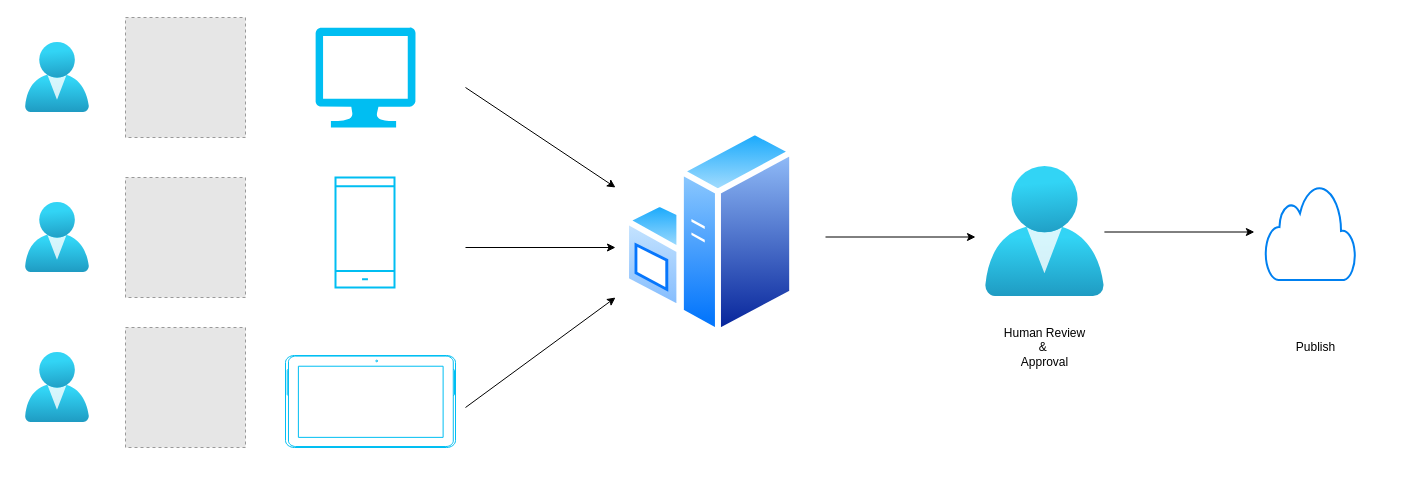
Earlier version of the draw.io diagram page "Page-1" (1 of 2) of factchecker.drawio (kakans/contract). Source tidied: cells renumbered, new cells numbered last; positions are measured from the earlier drawing's top-left corner, leaving out a move shared by most shapes. Both pictures are drawn from the tidied source at 100%, with x=0, y=0 at pixel (25, 17). Pictures stored in the file or linked from it are replaced by grey dashed boxes.
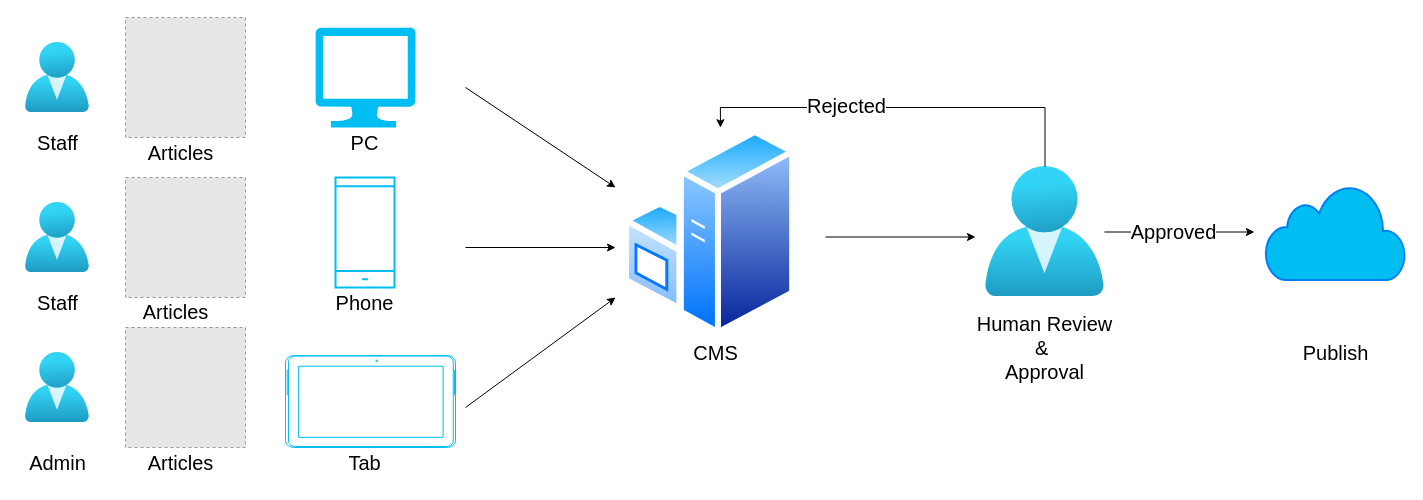
The same diagram, later.

Change to the diagram source:
```diff
@@
-    <mxCell id="2" style="fillColor=#E6E6E6;strokeColor=#999999;dashed=1;html=1;verticalAlign=top;verticalLabelPosition=bottom;labelBackgroundColor=#ffffff;" parent="1" vertex="1">
+    <mxCell id="2" style="fillColor=#E6E6E6;strokeColor=#999999;dashed=1;html=1;verticalAlign=top;verticalLabelPosition=bottom;labelBackgroundColor=#ffffff;fontSize=20;" parent="1" vertex="1">
       <mxGeometry x="100" width="120" height="120" as="geometry" />
     </mxCell>
-    <mxCell id="3" style="image;html=1;align=center;fontSize=12;image=img/lib/azure2/identity/Users.svg;" parent="1" vertex="1">
+    <mxCell id="3" style="image;html=1;align=center;fontSize=20;image=img/lib/azure2/identity/Users.svg;imageBackground=none;imageBorder=none;shadow=0;" parent="1" vertex="1">
       <mxGeometry y="25" width="64" height="70" as="geometry" />
     </mxCell>
-    <mxCell id="4" style="fillColor=#E6E6E6;strokeColor=#999999;dashed=1;html=1;verticalAlign=top;verticalLabelPosition=bottom;labelBackgroundColor=#ffffff;" parent="1" vertex="1">
+    <mxCell id="4" style="fillColor=#E6E6E6;strokeColor=#999999;dashed=1;html=1;verticalAlign=top;verticalLabelPosition=bottom;labelBackgroundColor=#ffffff;fontSize=20;" parent="1" vertex="1">
       <mxGeometry x="100" y="160" width="120" height="120" as="geometry" />
     </mxCell>
-    <mxCell id="5" style="image;html=1;align=center;fontSize=12;image=img/lib/azure2/identity/Users.svg;" parent="1" vertex="1">
+    <mxCell id="5" style="image;html=1;align=center;fontSize=20;image=img/lib/azure2/identity/Users.svg;" parent="1" vertex="1">
       <mxGeometry y="185" width="64" height="70" as="geometry" />
     </mxCell>
-    <mxCell id="6" style="fillColor=#E6E6E6;strokeColor=#999999;dashed=1;html=1;verticalAlign=top;verticalLabelPosition=bottom;labelBackgroundColor=#ffffff;" parent="1" vertex="1">
+    <mxCell id="6" style="fillColor=#E6E6E6;strokeColor=#999999;dashed=1;html=1;verticalAlign=top;verticalLabelPosition=bottom;labelBackgroundColor=#ffffff;fontSize=20;" parent="1" vertex="1">
       <mxGeometry x="100" y="310" width="120" height="120" as="geometry" />
     </mxCell>
-    <mxCell id="7" style="image;html=1;align=center;fontSize=12;image=img/lib/azure2/identity/Users.svg;" parent="1" vertex="1">
+    <mxCell id="7" style="image;html=1;align=center;fontSize=20;image=img/lib/azure2/identity/Users.svg;" parent="1" vertex="1">
       <mxGeometry y="335" width="64" height="70" as="geometry" />
     </mxCell>
-    <mxCell id="8" style="verticalLabelPosition=bottom;html=1;verticalAlign=top;align=center;strokeColor=none;fillColor=#00BEF2;shape=mxgraph.azure.computer;" parent="1" vertex="1">
+    <mxCell id="8" style="verticalLabelPosition=bottom;html=1;verticalAlign=top;align=center;strokeColor=none;fillColor=#00BEF2;shape=mxgraph.azure.computer;fontSize=20;" parent="1" vertex="1">
       <mxGeometry x="290" y="10" width="100" height="100" as="geometry" />
     </mxCell>
-    <mxCell id="9" style="html=1;verticalLabelPosition=bottom;align=center;labelBackgroundColor=#ffffff;verticalAlign=top;strokeWidth=2;strokeColor=#00BEF2;shadow=0;dashed=0;shape=mxgraph.ios7.icons.smartphone;" parent="1" vertex="1">
+    <mxCell id="9" style="html=1;verticalLabelPosition=bottom;align=center;labelBackgroundColor=#ffffff;verticalAlign=top;strokeWidth=2;strokeColor=#00BEF2;shadow=0;dashed=0;shape=mxgraph.ios7.icons.smartphone;fontSize=20;" parent="1" vertex="1">
       <mxGeometry x="310" y="160" width="59" height="110" as="geometry" />
     </mxCell>
-    <mxCell id="10" style="verticalLabelPosition=bottom;verticalAlign=top;html=1;shadow=0;dashed=0;strokeWidth=1;shape=mxgraph.android.tab2;strokeColor=#00BEF2;direction=north;" parent="1" vertex="1">
+    <mxCell id="10" style="verticalLabelPosition=bottom;verticalAlign=top;html=1;shadow=0;dashed=0;strokeWidth=1;shape=mxgraph.android.tab2;strokeColor=#00BEF2;direction=north;fontSize=20;" parent="1" vertex="1">
       <mxGeometry x="260" y="338" width="170" height="92" as="geometry" />
     </mxCell>
-    <mxCell id="11" style="image;perimeter=ellipsePerimeter;html=1;align=center;shadow=0;dashed=0;spacingTop=3;image=img/lib/active_directory/windows_server.svg;" parent="1" vertex="1">
+    <mxCell id="11" style="image;perimeter=ellipsePerimeter;html=1;align=center;shadow=0;dashed=0;spacingTop=3;image=img/lib/active_directory/windows_server.svg;fontSize=20;" parent="1" vertex="1">
       <mxGeometry x="598" y="110" width="172.2" height="210" as="geometry" />
     </mxCell>
-    <mxCell id="12" style="image;html=1;points=[];align=center;fontSize=12;image=img/lib/azure2/identity/Users.svg;" parent="1" vertex="1">
+    <mxCell id="12" style="image;html=1;points=[];align=center;fontSize=20;image=img/lib/azure2/identity/Users.svg;" parent="1" vertex="1">
       <mxGeometry x="960" y="149" width="118.9" height="130" as="geometry" />
     </mxCell>
-    <mxCell id="13" style="endArrow=classic;html=1;rounded=0;" parent="1" edge="1">
+    <mxCell id="13" style="endArrow=classic;html=1;rounded=0;fontSize=20;" parent="1" edge="1">
       <mxGeometry relative="1" as="geometry">
         <mxPoint x="440" y="230" as="sourcePoint" />
         <mxPoint x="590" y="230" as="targetPoint" />
       </mxGeometry>
     </mxCell>
-    <mxCell id="14" style="endArrow=classic;html=1;rounded=0;" parent="1" edge="1">
+    <mxCell id="14" style="endArrow=classic;html=1;rounded=0;fontSize=20;" parent="1" edge="1">
       <mxGeometry relative="1" as="geometry">
         <mxPoint x="440" y="70" as="sourcePoint" />
         <mxPoint x="590" y="170" as="targetPoint" />
       </mxGeometry>
     </mxCell>
-    <mxCell id="15" style="endArrow=classic;html=1;rounded=0;" parent="1" edge="1">
+    <mxCell id="15" style="endArrow=classic;html=1;rounded=0;fontSize=20;" parent="1" edge="1">
       <mxGeometry relative="1" as="geometry">
         <mxPoint x="440" y="390" as="sourcePoint" />
         <mxPoint x="590" y="280" as="targetPoint" />
       </mxGeometry>
     </mxCell>
-    <mxCell id="16" style="endArrow=classic;html=1;rounded=0;" parent="1" edge="1">
+    <mxCell id="16" style="endArrow=classic;html=1;rounded=0;fontSize=20;" parent="1" edge="1">
       <mxGeometry relative="1" as="geometry">
         <mxPoint x="800" y="219.5" as="sourcePoint" />
         <mxPoint x="950" y="219.5" as="targetPoint" />
       </mxGeometry>
     </mxCell>
-    <mxCell id="17" value="Human Review&lt;div&gt;&amp;amp;&amp;nbsp;&lt;/div&gt;&lt;div&gt;Approval&lt;/div&gt;" style="text;html=1;align=center;verticalAlign=middle;strokeColor=none;fillColor=none;" parent="1" vertex="1">
-      <mxGeometry x="969.4" y="300" width="100" height="60" as="geometry" />
+    <mxCell id="17" value="Human Review&lt;div&gt;&amp;amp;&amp;nbsp;&lt;/div&gt;&lt;div&gt;Approval&lt;/div&gt;" style="text;html=1;align=center;verticalAlign=middle;strokeColor=none;fillColor=none;fontSize=20;" parent="1" vertex="1">
+      <mxGeometry x="939.4" y="285" width="160" height="90" as="geometry" />
     </mxCell>
-    <mxCell id="18" style="html=1;verticalLabelPosition=bottom;align=center;labelBackgroundColor=#ffffff;verticalAlign=top;strokeWidth=2;strokeColor=#0080F0;shadow=0;dashed=0;shape=mxgraph.ios7.icons.cloud;" parent="1" vertex="1">
-      <mxGeometry x="1240" y="167.5" width="90" height="95" as="geometry" />
+    <mxCell id="18" style="html=1;verticalLabelPosition=bottom;align=center;labelBackgroundColor=#ffffff;verticalAlign=top;strokeWidth=2;strokeColor=#0080F0;shadow=0;dashed=0;shape=mxgraph.ios7.icons.cloud;fontSize=20;fillColor=#00BEF2;" parent="1" vertex="1">
+      <mxGeometry x="1240" y="167.5" width="140" height="95" as="geometry" />
     </mxCell>
-    <mxCell id="19" value="Publish" style="text;html=1;align=center;verticalAlign=middle;strokeColor=none;fillColor=none;" parent="1" vertex="1">
-      <mxGeometry x="1260" y="315" width="60" height="30" as="geometry" />
+    <mxCell id="19" value="Publish" style="text;html=1;align=center;verticalAlign=middle;strokeColor=none;fillColor=none;fontSize=20;" parent="1" vertex="1">
+      <mxGeometry x="1265" y="315" width="90" height="40" as="geometry" />
     </mxCell>
-    <mxCell id="20" style="endArrow=classic;html=1;rounded=0;" parent="1" edge="1">
+    <mxCell id="20" style="endArrow=classic;html=1;rounded=0;fontSize=20;" parent="1" edge="1">
       <mxGeometry relative="1" as="geometry">
         <mxPoint x="1078.9" y="214.5" as="sourcePoint" />
         <mxPoint x="1228.9" y="214.5" as="targetPoint" />
       </mxGeometry>
     </mxCell>
+    <mxCell id="21" value="Approved" style="edgeLabel;html=1;align=center;verticalAlign=middle;fontSize=20;" parent="20" vertex="1">
+      <mxGeometry x="-0.08" y="1" relative="1" as="geometry" />
+    </mxCell>
+    <mxCell id="22" value="CMS" style="text;html=1;align=center;verticalAlign=middle;strokeColor=none;fillColor=none;fontSize=20;" parent="1" vertex="1">
+      <mxGeometry x="655" y="315" width="70" height="40" as="geometry" />
+    </mxCell>
+    <mxCell id="23" value="Admin" style="text;html=1;align=center;verticalAlign=middle;strokeColor=none;fillColor=none;fontSize=20;" parent="1" vertex="1">
+      <mxGeometry x="-8" y="425" width="80" height="40" as="geometry" />
+    </mxCell>
+    <mxCell id="24" value="Staff" style="text;html=1;align=center;verticalAlign=middle;strokeColor=none;fillColor=none;fontSize=20;" parent="1" vertex="1">
+      <mxGeometry x="2" y="265" width="60" height="40" as="geometry" />
+    </mxCell>
+    <mxCell id="25" value="Staff" style="text;html=1;align=center;verticalAlign=middle;strokeColor=none;fillColor=none;fontSize=20;" parent="1" vertex="1">
+      <mxGeometry x="2" y="105" width="60" height="40" as="geometry" />
+    </mxCell>
+    <mxCell id="26" value="Articles" style="text;html=1;align=center;verticalAlign=middle;strokeColor=none;fillColor=none;fontSize=20;" parent="1" vertex="1">
+      <mxGeometry x="110" y="115" width="90" height="40" as="geometry" />
+    </mxCell>
+    <mxCell id="27" value="Articles" style="text;html=1;align=center;verticalAlign=middle;strokeColor=none;fillColor=none;fontSize=20;" parent="1" vertex="1">
+      <mxGeometry x="105" y="274" width="90" height="40" as="geometry" />
+    </mxCell>
+    <mxCell id="28" value="Articles" style="text;html=1;align=center;verticalAlign=middle;strokeColor=none;fillColor=none;fontSize=20;" parent="1" vertex="1">
+      <mxGeometry x="110" y="425" width="90" height="40" as="geometry" />
+    </mxCell>
+    <mxCell id="29" value="PC" style="text;html=1;align=center;verticalAlign=middle;strokeColor=none;fillColor=none;fontSize=20;" parent="1" vertex="1">
+      <mxGeometry x="314" y="105" width="50" height="40" as="geometry" />
+    </mxCell>
+    <mxCell id="30" value="Phone" style="text;html=1;align=center;verticalAlign=middle;strokeColor=none;fillColor=none;fontSize=20;" parent="1" vertex="1">
+      <mxGeometry x="299" y="265" width="80" height="40" as="geometry" />
+    </mxCell>
+    <mxCell id="31" value="Tab" style="text;html=1;align=center;verticalAlign=middle;strokeColor=none;fillColor=none;fontSize=20;" parent="1" vertex="1">
+      <mxGeometry x="309" y="425" width="60" height="40" as="geometry" />
+    </mxCell>
+    <mxCell id="32" style="edgeStyle=orthogonalEdgeStyle;rounded=0;jettySize=auto;html=1;entryX=0.563;entryY=0.001;entryDx=0;entryDy=0;entryPerimeter=0;fontSize=20;" parent="1" edge="1" source="12" target="11">
+      <mxGeometry relative="1" as="geometry">
+        <Array as="points">
+          <mxPoint x="1019" y="90" />
+          <mxPoint x="695" y="90" />
+        </Array>
+      </mxGeometry>
+    </mxCell>
+    <mxCell id="33" value="Rejected" style="edgeLabel;html=1;align=center;verticalAlign=middle;fontSize=20;" parent="32" vertex="1">
+      <mxGeometry x="0.28" y="-3" relative="1" as="geometry" />
+    </mxCell>
```
